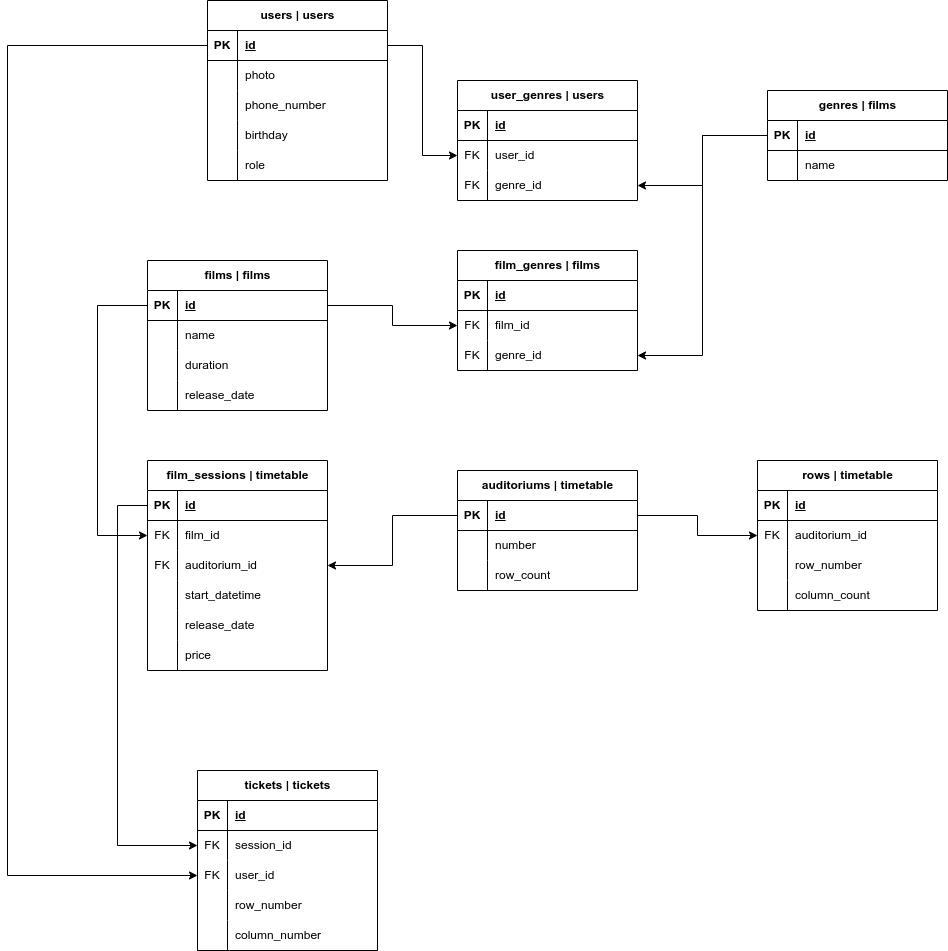
The draw.io diagram Документы/База.drawio.png in AndreiDuvakin/Django_CineSync, before a commit. Source tidied: cells renumbered, new cells last; positions are measured from the earlier drawing's top-left corner, leaving out a move shared by most shapes.
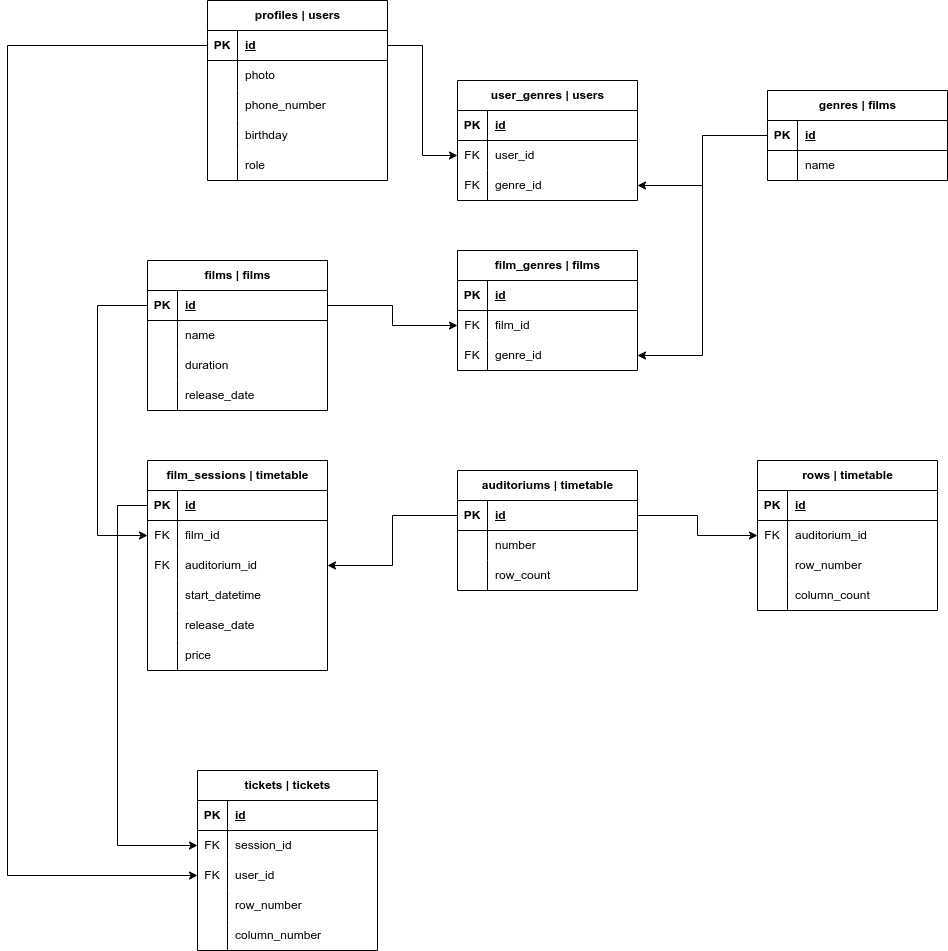
Above is the later version.

What changed in the source:
```diff
@@ -2,7 +2,7 @@
   <root>
     <mxCell id="0" />
     <mxCell id="1" parent="0" />
-    <mxCell id="2" value="users | users" style="shape=table;startSize=30;rowLines=0;fontStyle=1;align=center;html=1;" parent="1" vertex="1">
+    <mxCell id="2" value="profiles | users" style="shape=table;startSize=30;rowLines=0;fontStyle=1;align=center;html=1;" parent="1" vertex="1">
       <mxGeometry x="200" width="180" height="180" as="geometry" />
     </mxCell>
     <mxCell id="3" style="shape=tableRow;horizontal=0;startSize=0;swimlaneHead=0;swimlaneBody=0;fillColor=none;points=[[0,0.5],[1,0.5]];portConstraint=eastwest;top=0;left=0;right=0;bottom=1;" parent="2" vertex="1">
```
